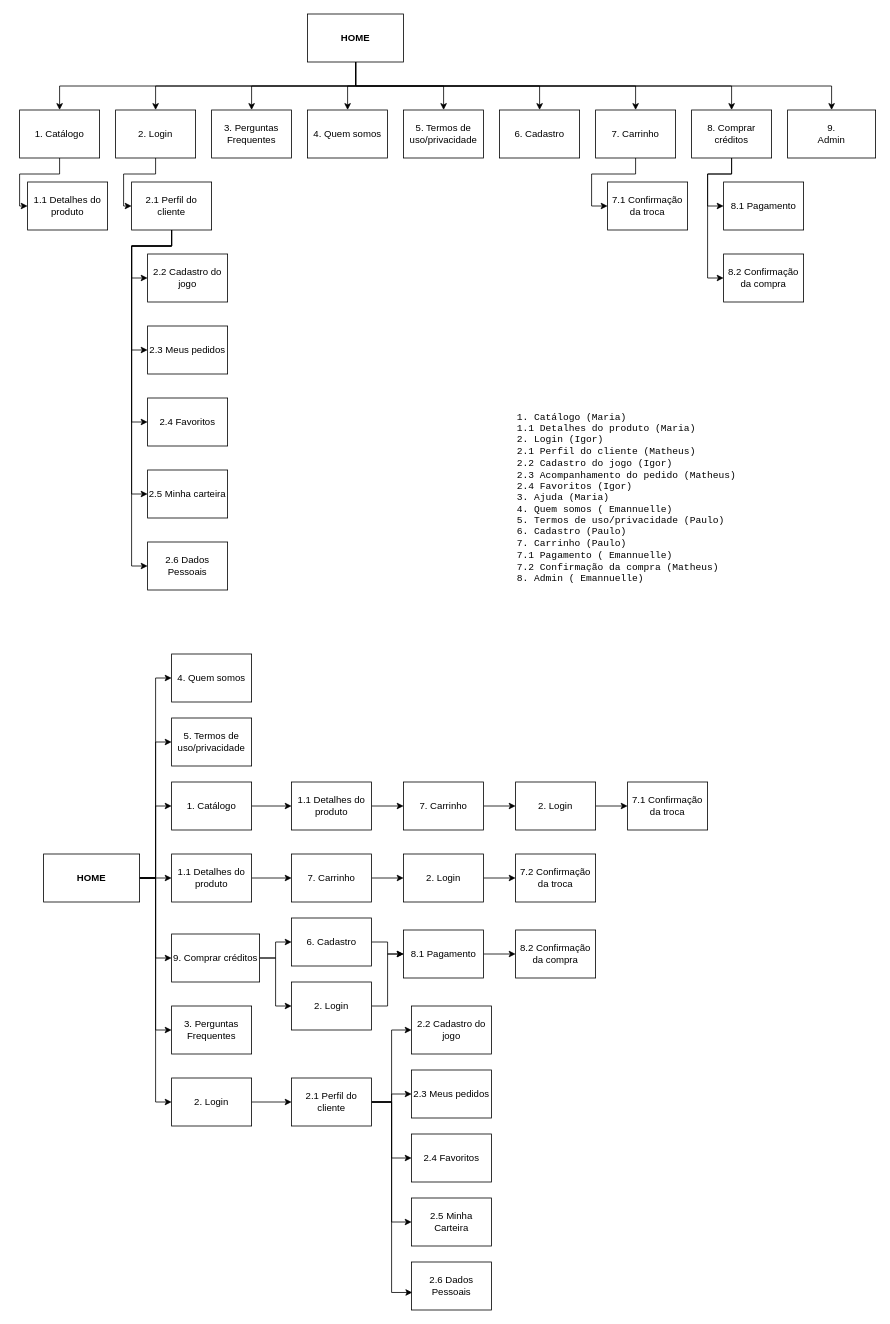
Above: page "Site map" (1 of 21) of wireframe.drawio in pdaambrosio/dh_group_5 (draw.io), before the change. Source tidied: cells renumbered, new cells numbered last; positions are measured from the earlier drawing's top-left corner, leaving out a move shared by most shapes. Both pictures are drawn from the tidied source at 80%, with x=0, y=0 at pixel (19, 14).
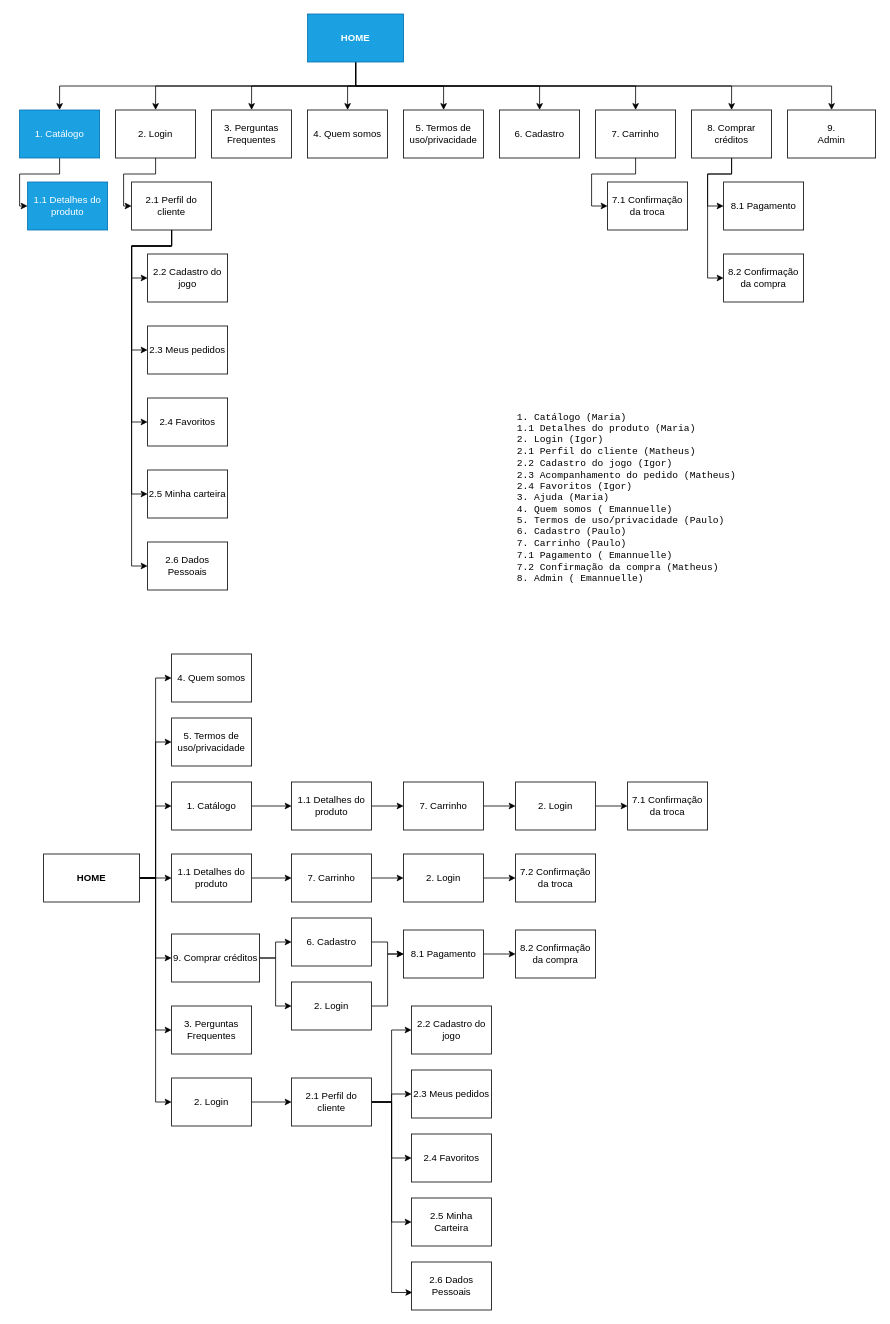
After the change.

The edit, as a diff of the source:
```diff
@@
-    <mxCell id="11" value="&lt;b&gt;HOME&lt;/b&gt;" style="rounded=0;whiteSpace=wrap;html=1;" parent="1" vertex="1">
+    <mxCell id="11" value="&lt;b&gt;HOME&lt;/b&gt;" style="rounded=0;whiteSpace=wrap;html=1;fillColor=#1ba1e2;strokeColor=#006EAF;fontColor=#ffffff;" parent="1" vertex="1">
       <mxGeometry x="360" width="120" height="60" as="geometry" />
     </mxCell>
@@
-    <mxCell id="13" value="1. Catálogo" style="rounded=0;whiteSpace=wrap;html=1;" parent="1" vertex="1">
+    <mxCell id="13" value="1. Catálogo" style="rounded=0;whiteSpace=wrap;html=1;fillColor=#1ba1e2;strokeColor=#006EAF;fontColor=#ffffff;" parent="1" vertex="1">
       <mxGeometry y="120" width="100" height="60" as="geometry" />
     </mxCell>
@@
-    <mxCell id="22" value="1.1 Detalhes do produto" style="rounded=0;whiteSpace=wrap;html=1;" parent="1" vertex="1">
+    <mxCell id="22" value="1.1 Detalhes do produto" style="rounded=0;whiteSpace=wrap;html=1;fillColor=#1ba1e2;strokeColor=#006EAF;fontColor=#ffffff;" parent="1" vertex="1">
       <mxGeometry x="10" y="210" width="100" height="60" as="geometry" />
     </mxCell>
```
